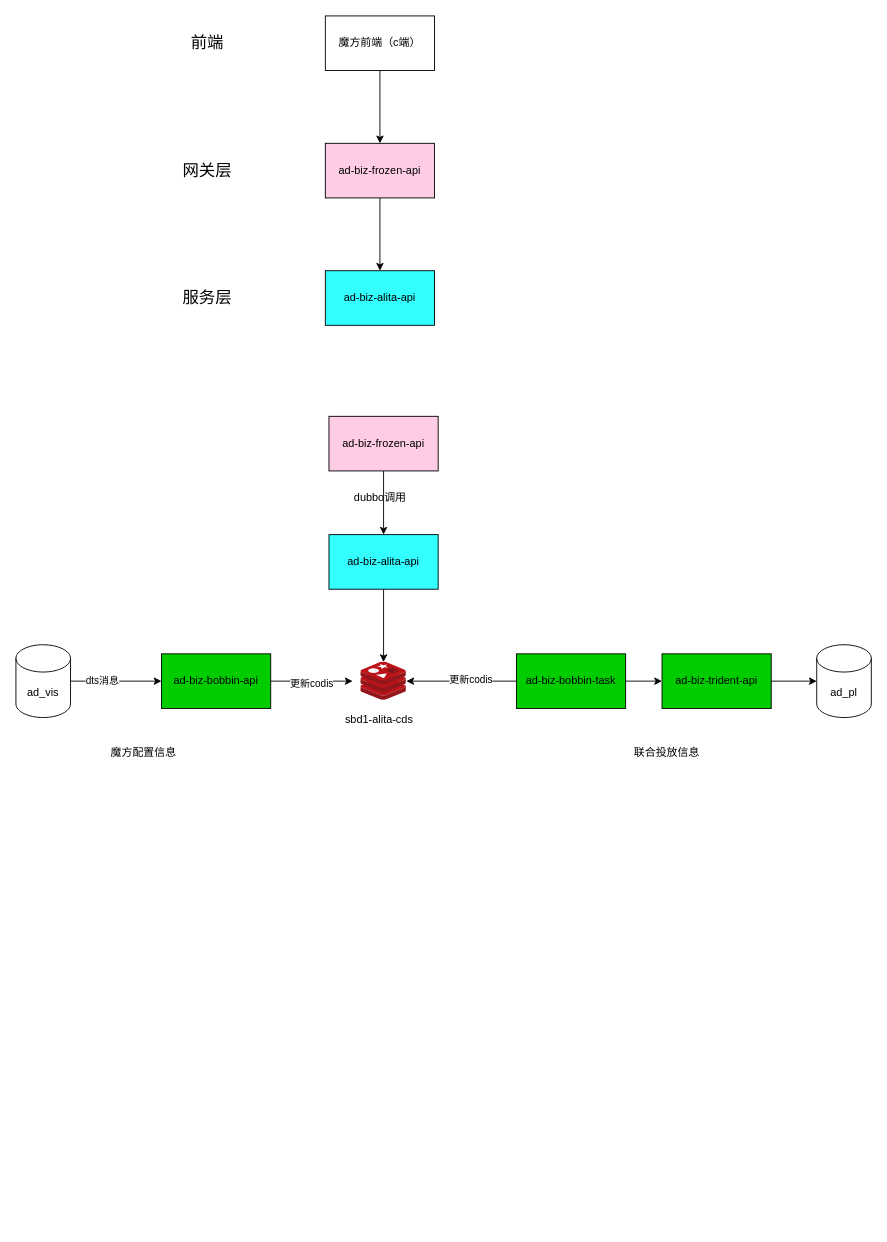
Earlier version of the draw.io diagram diagram/魔方架构.drawio (flyfeifeiba/pdd-diagram). Source tidied: cells renumbered, new cells numbered last; positions are measured from the earlier drawing's top-left corner, leaving out a move shared by most shapes. Both pictures are drawn from the tidied source at 91%, with x=0, y=0 at pixel (15, 15).
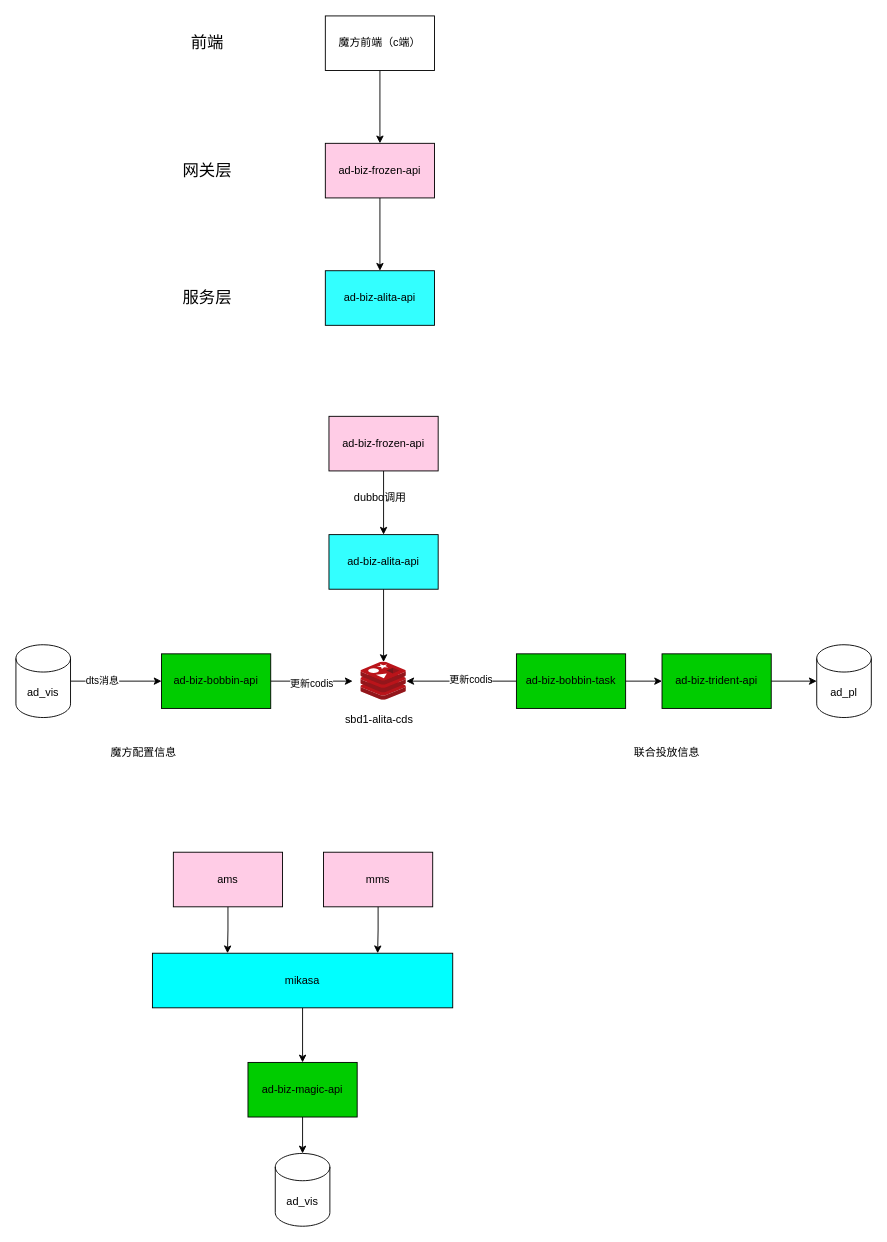
After the change.

Diff of the diagram source:
```diff
@@
+    <mxCell id="32" style="edgeStyle=orthogonalEdgeStyle;rounded=0;jettySize=auto;html=1;entryX=0.25;entryY=0;entryDx=0;entryDy=0;" parent="1" edge="1" source="33" target="37">
+      <mxGeometry relative="1" as="geometry" />
+    </mxCell>
+    <mxCell id="33" value="ams" style="whiteSpace=wrap;html=1;rounded=0;fillColor=#FFCCE6;" parent="1" vertex="1">
+      <mxGeometry x="173" y="919" width="120" height="60" as="geometry" />
+    </mxCell>
+    <mxCell id="34" style="edgeStyle=orthogonalEdgeStyle;rounded=0;jettySize=auto;html=1;entryX=0.75;entryY=0;entryDx=0;entryDy=0;" parent="1" edge="1" source="35" target="37">
+      <mxGeometry relative="1" as="geometry" />
+    </mxCell>
+    <mxCell id="35" value="mms" style="whiteSpace=wrap;html=1;rounded=0;fillColor=#FFCCE6;" parent="1" vertex="1">
+      <mxGeometry x="338" y="919" width="120" height="60" as="geometry" />
+    </mxCell>
+    <mxCell id="36" style="edgeStyle=orthogonalEdgeStyle;rounded=0;jettySize=auto;html=1;" parent="1" edge="1" source="37" target="39">
+      <mxGeometry relative="1" as="geometry" />
+    </mxCell>
+    <mxCell id="37" value="mikasa" style="whiteSpace=wrap;html=1;rounded=0;fillColor=#00FFFF;" parent="1" vertex="1">
+      <mxGeometry x="150" y="1030" width="330" height="60" as="geometry" />
+    </mxCell>
+    <mxCell id="38" style="edgeStyle=orthogonalEdgeStyle;rounded=0;jettySize=auto;html=1;" parent="1" edge="1" source="39" target="40">
+      <mxGeometry relative="1" as="geometry" />
+    </mxCell>
+    <mxCell id="39" value="ad-biz-magic-api" style="whiteSpace=wrap;html=1;rounded=0;fillColor=#00CC00;" parent="1" vertex="1">
+      <mxGeometry x="255" y="1150" width="120" height="60" as="geometry" />
+    </mxCell>
+    <mxCell id="40" value="ad_vis" style="shape=cylinder3;whiteSpace=wrap;html=1;boundedLbl=1;backgroundOutline=1;size=15;fillColor=#FFFFFF;" parent="1" vertex="1">
+      <mxGeometry x="285" y="1250" width="60" height="80" as="geometry" />
+    </mxCell>
```
